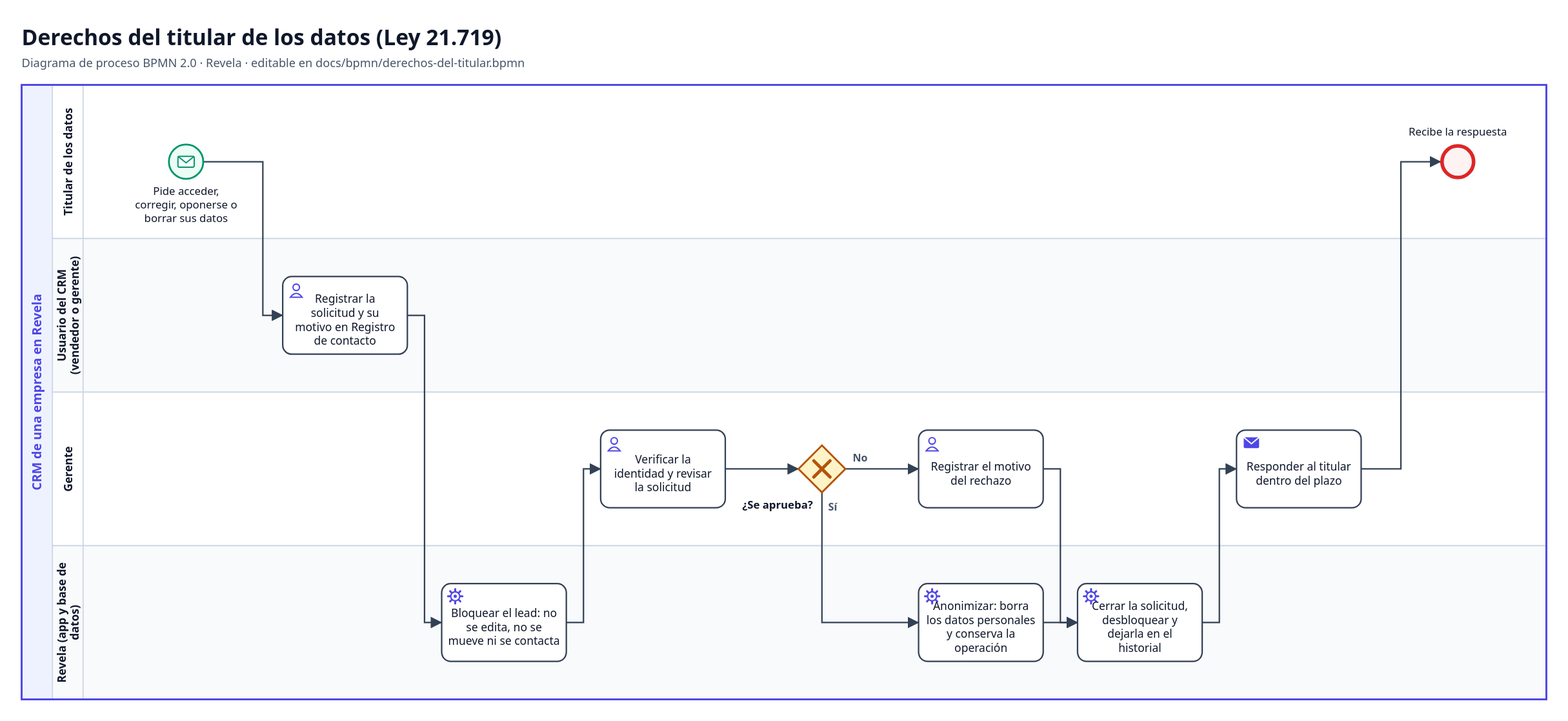
Above: docs/bpmn/derechos-del-titular.svg in YairCosta/CAPSTONE_003D (BPMN), before the change. Its source is kept beside it as docs/bpmn/derechos-del-titular.bpmn. Ids are renumbered.
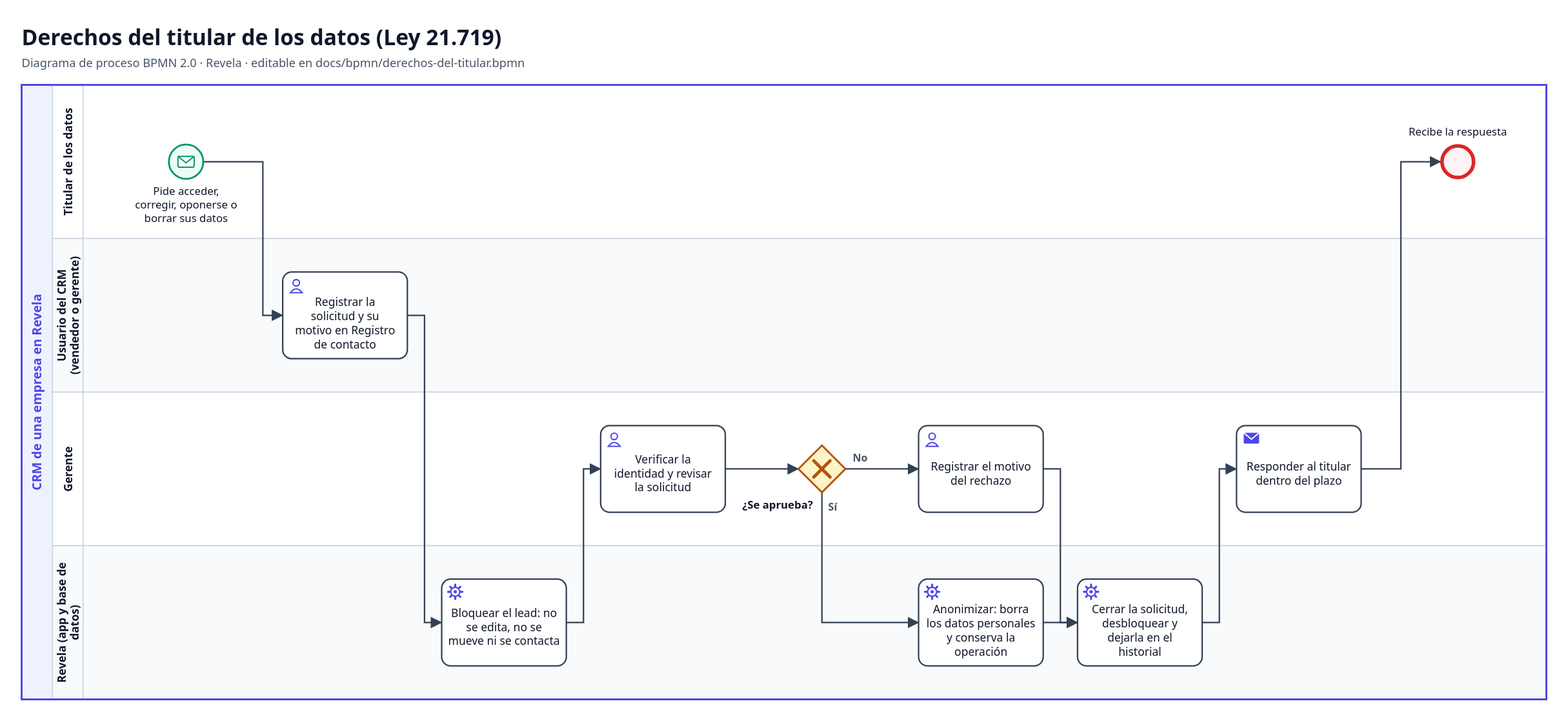
After the commit.

What changed in the source:
```diff
@@ -98,29 +98,29 @@
         <bpmndi:BPMNLabel><dc:Bounds x="139" y="204" width="134" height="47" /></bpmndi:BPMNLabel>
       </bpmndi:BPMNShape>
       <bpmndi:BPMNShape id="Nodo_registrar_di" bpmnElement="Nodo_registrar">
-        <dc:Bounds x="313" y="306" width="138" height="86" />
+        <dc:Bounds x="313" y="301" width="138" height="96" />
       </bpmndi:BPMNShape>
       <bpmndi:BPMNShape id="Nodo_bloquear_di" bpmnElement="Nodo_bloquear">
-        <dc:Bounds x="489" y="646" width="138" height="86" />
+        <dc:Bounds x="489" y="641" width="138" height="96" />
       </bpmndi:BPMNShape>
       <bpmndi:BPMNShape id="Nodo_revisar_di" bpmnElement="Nodo_revisar">
-        <dc:Bounds x="665" y="476" width="138" height="86" />
+        <dc:Bounds x="665" y="471" width="138" height="96" />
       </bpmndi:BPMNShape>
       <bpmndi:BPMNShape id="Nodo_gAprueba_di" bpmnElement="Nodo_gAprueba" isMarkerVisible="true">
         <dc:Bounds x="884" y="493" width="52" height="52" />
         <bpmndi:BPMNLabel><dc:Bounds x="819" y="551" width="81" height="17" /></bpmndi:BPMNLabel>
       </bpmndi:BPMNShape>
       <bpmndi:BPMNShape id="Nodo_motivo_di" bpmnElement="Nodo_motivo">
-        <dc:Bounds x="1017" y="476" width="138" height="86" />
+        <dc:Bounds x="1017" y="471" width="138" height="96" />
       </bpmndi:BPMNShape>
       <bpmndi:BPMNShape id="Nodo_anonimizar_di" bpmnElement="Nodo_anonimizar">
-        <dc:Bounds x="1017" y="646" width="138" height="86" />
+        <dc:Bounds x="1017" y="641" width="138" height="96" />
       </bpmndi:BPMNShape>
       <bpmndi:BPMNShape id="Nodo_cerrar_di" bpmnElement="Nodo_cerrar">
-        <dc:Bounds x="1193" y="646" width="138" height="86" />
+        <dc:Bounds x="1193" y="641" width="138" height="96" />
       </bpmndi:BPMNShape>
       <bpmndi:BPMNShape id="Nodo_responder_di" bpmnElement="Nodo_responder">
-        <dc:Bounds x="1369" y="476" width="138" height="86" />
+        <dc:Bounds x="1369" y="471" width="138" height="96" />
       </bpmndi:BPMNShape>
       <bpmndi:BPMNShape id="Nodo_recibe_di" bpmnElement="Nodo_recibe">
         <dc:Bounds x="1595" y="160" width="38" height="38" />
```
